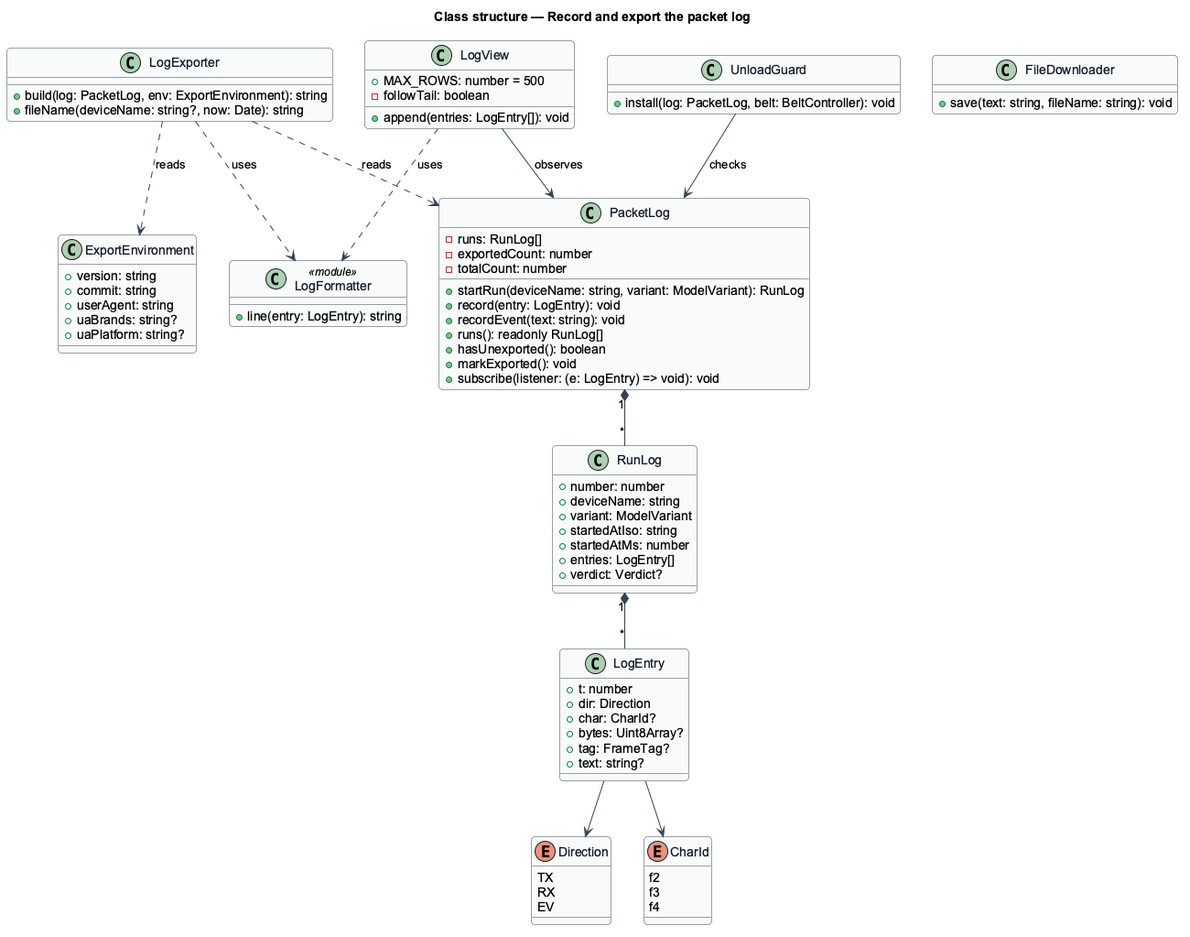
Above: docs/detailed-designs/diagnostics/record-and-export-log/diagrams/class-structure.png in QuinntyneBrown/stride-link (PlantUML), before the change. The source it was exported from:
```plantuml
@startuml
skinparam backgroundColor #FFFFFF
skinparam shadowing false
skinparam roundcorner 8
skinparam defaultFontName Arial
skinparam ArrowColor #344054
skinparam class {
  BorderColor #344054
  FontColor #101828
  BackgroundColor #F9FAFB
}
title Class structure — Record and export the packet log

class PacketLog {
  -runs: RunLog[]
  -exportedCount: number
  -totalCount: number
  +startRun(deviceName: string, variant: ModelVariant): RunLog
  +record(entry: LogEntry): void
  +recordEvent(text: string): void
  +runs(): readonly RunLog[]
  +hasUnexported(): boolean
  +markExported(): void
  +subscribe(listener: (e: LogEntry) => void): void
}

class RunLog {
  +number: number
  +deviceName: string
  +variant: ModelVariant
  +startedAtIso: string
  +startedAtMs: number
  +entries: LogEntry[]
  +verdict: Verdict?
}

class LogEntry {
  +t: number
  +dir: Direction
  +char: CharId?
  +bytes: Uint8Array?
  +tag: FrameTag?
  +text: string?
}

enum Direction {
  TX
  RX
  EV
}

enum CharId {
  f2
  f3
  f4
}

class LogFormatter <<module>> {
  +line(entry: LogEntry): string
}

class LogExporter {
  +build(log: PacketLog, env: ExportEnvironment): string
  +fileName(deviceName: string?, now: Date): string
}

class ExportEnvironment {
  +version: string
  +commit: string
  +userAgent: string
  +uaBrands: string?
  +uaPlatform: string?
}

class LogView {
  +MAX_ROWS: number = 500
  -followTail: boolean
  +append(entries: LogEntry[]): void
}

class FileDownloader {
  +save(text: string, fileName: string): void
}

class UnloadGuard {
  +install(log: PacketLog, belt: BeltController): void
}

PacketLog "1" *-- "*" RunLog
RunLog "1" *-- "*" LogEntry
LogEntry --> Direction
LogEntry --> CharId
LogExporter ..> PacketLog : reads
LogExporter ..> LogFormatter : uses
LogExporter ..> ExportEnvironment : reads
LogView ..> LogFormatter : uses
LogView --> PacketLog : observes
UnloadGuard --> PacketLog : checks
@enduml
```
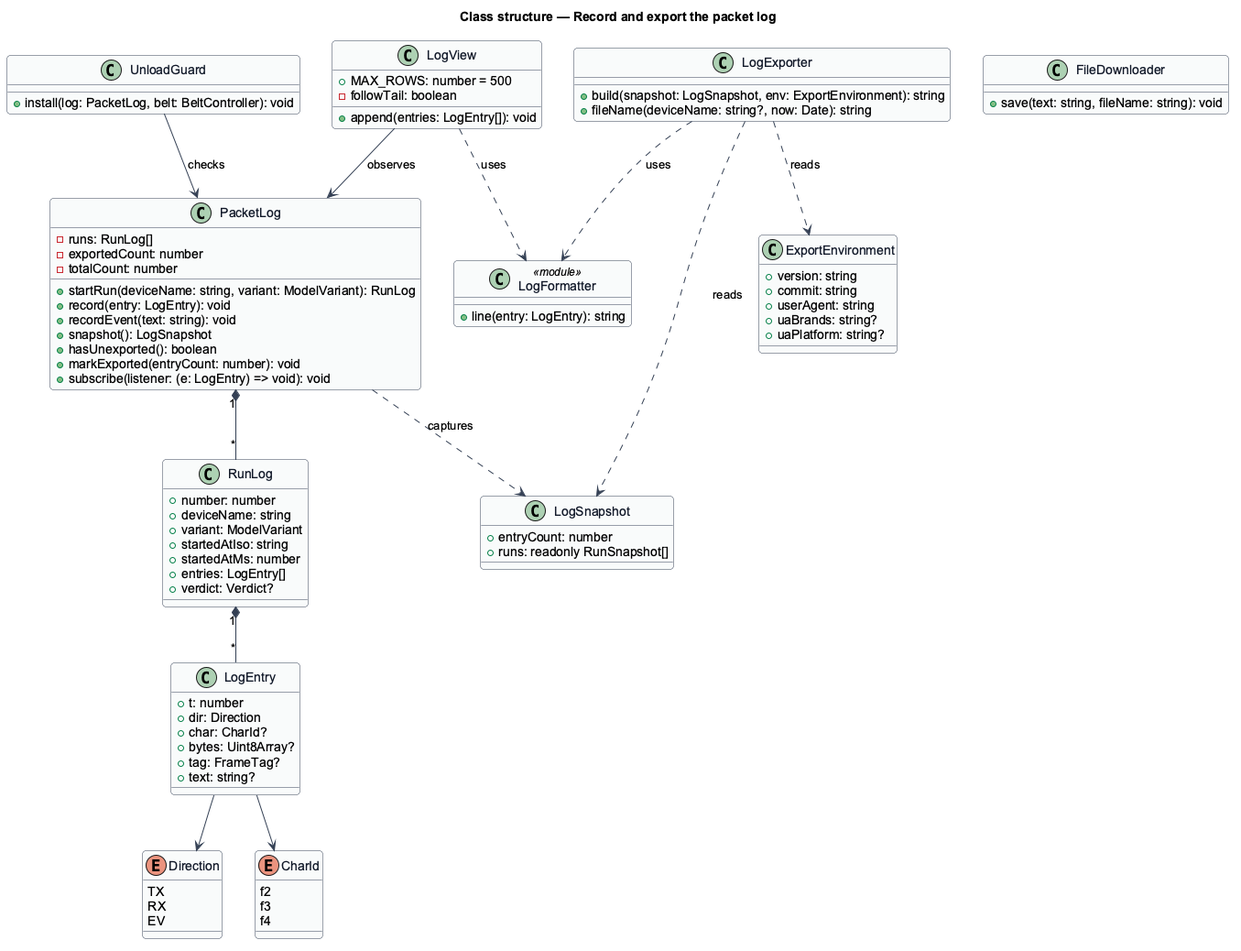
The same diagram one commit later.

Diff of the diagram source:
```diff
@@ -18,10 +18,15 @@
   +startRun(deviceName: string, variant: ModelVariant): RunLog
   +record(entry: LogEntry): void
   +recordEvent(text: string): void
-  +runs(): readonly RunLog[]
+  +snapshot(): LogSnapshot
   +hasUnexported(): boolean
-  +markExported(): void
+  +markExported(entryCount: number): void
   +subscribe(listener: (e: LogEntry) => void): void
+}
+
+class LogSnapshot {
+  +entryCount: number
+  +runs: readonly RunSnapshot[]
 }
 
 class RunLog {
@@ -60,7 +65,7 @@
 }
 
 class LogExporter {
-  +build(log: PacketLog, env: ExportEnvironment): string
+  +build(snapshot: LogSnapshot, env: ExportEnvironment): string
   +fileName(deviceName: string?, now: Date): string
 }
 
@@ -90,7 +95,8 @@
 RunLog "1" *-- "*" LogEntry
 LogEntry --> Direction
 LogEntry --> CharId
-LogExporter ..> PacketLog : reads
+LogExporter ..> LogSnapshot : reads
+PacketLog ..> LogSnapshot : captures
 LogExporter ..> LogFormatter : uses
 LogExporter ..> ExportEnvironment : reads
 LogView ..> LogFormatter : uses
```
